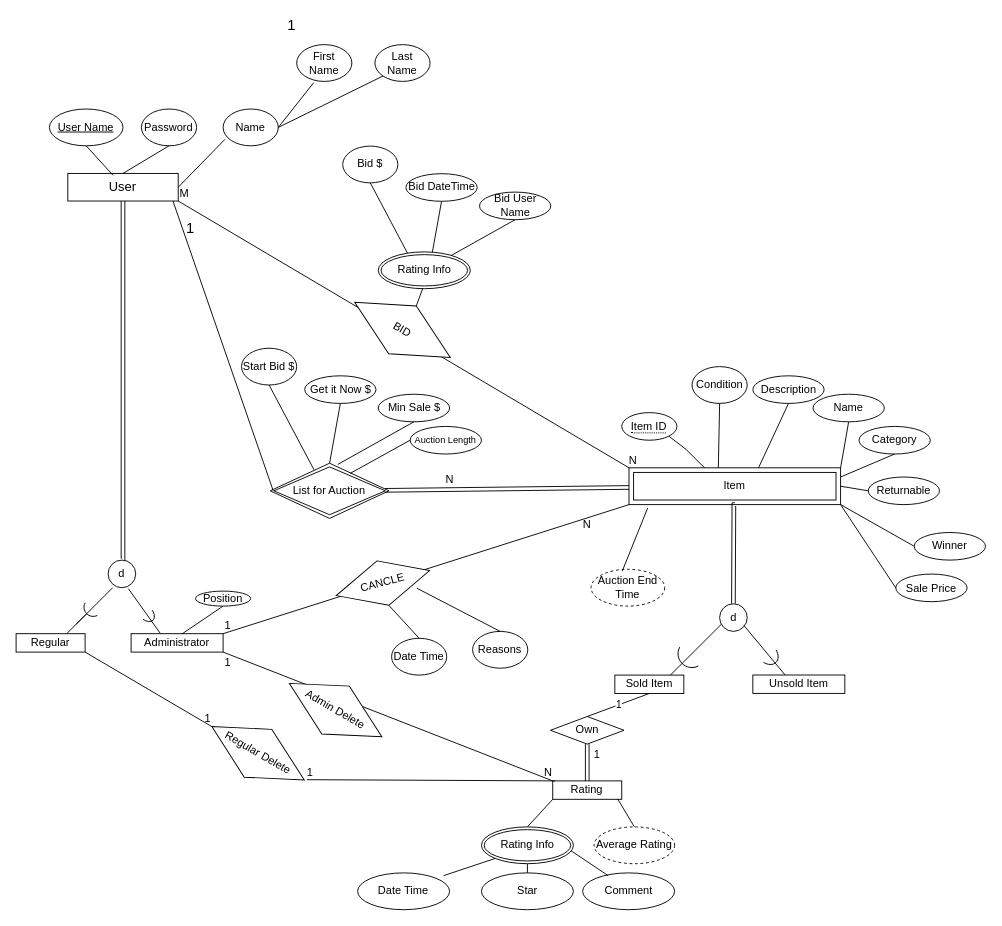
The draw.io diagram Phase_1/EER/EER_SW_V1.drawio in leileili1010/Buzzbid, before the edit. Source tidied: cells renumbered, new cells numbered last; positions are measured from the earlier drawing's top-left corner, leaving out a move shared by most shapes. Both pictures are drawn from the tidied source at 92%, with x=0, y=0 at pixel (16, 35).
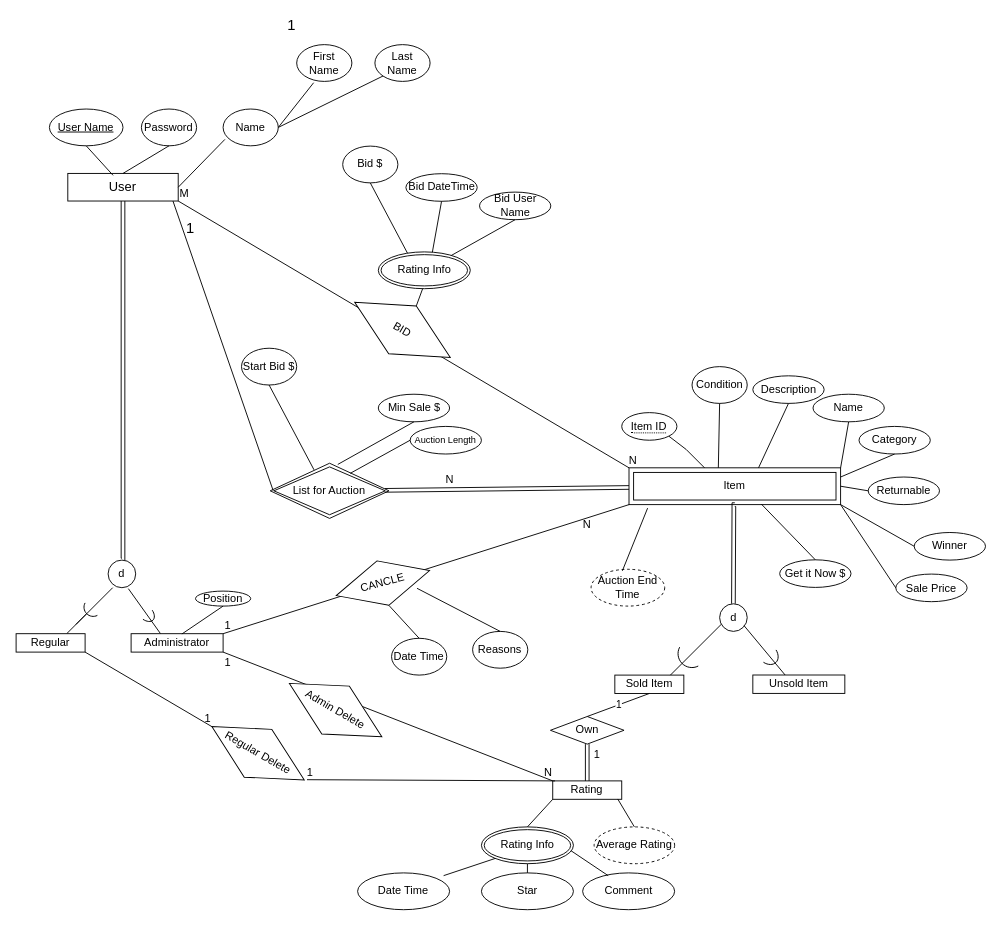
The same diagram, later.

Commit message (it also covers changes not shown here):
Add Report Folder

Unchanged cells that the change refers to:
```xml
<mxCell id="26" value="List for Auction" style="shape=rhombus;double=1;perimeter=rhombusPerimeter;whiteSpace=wrap;html=1;align=center;" parent="1" vertex="1">
  <mxGeometry x="276.2" y="465" width="129.1" height="60" as="geometry" />
</mxCell>
<mxCell id="27" value="Item" style="shape=ext;margin=3;double=1;whiteSpace=wrap;html=1;align=center;" parent="1" vertex="1">
  <mxGeometry x="666.2" y="470" width="230" height="40" as="geometry" />
</mxCell>
```

The edit, as a diff of the source:
```diff
@@
     <mxCell id="94" value="Get it Now $" style="ellipse;whiteSpace=wrap;html=1;" parent="1" vertex="1">
-      <mxGeometry x="313.7" y="370" width="77.5" height="30" as="geometry" />
+      <mxGeometry x="830" y="570" width="77.5" height="30" as="geometry" />
     </mxCell>
-    <mxCell id="95" style="endArrow=none;html=1;rounded=0;entryX=0.5;entryY=1;entryDx=0;entryDy=0;exitX=0.5;exitY=0;exitDx=0;exitDy=0;" parent="1" edge="1" source="26" target="94">
+    <mxCell id="95" style="endArrow=none;html=1;rounded=0;entryX=0.5;entryY=0;entryDx=0;entryDy=0;exitX=0.625;exitY=0.983;exitDx=0;exitDy=0;exitPerimeter=0;" parent="1" edge="1" source="27" target="94">
       <mxGeometry relative="1" as="geometry" />
     </mxCell>
```
